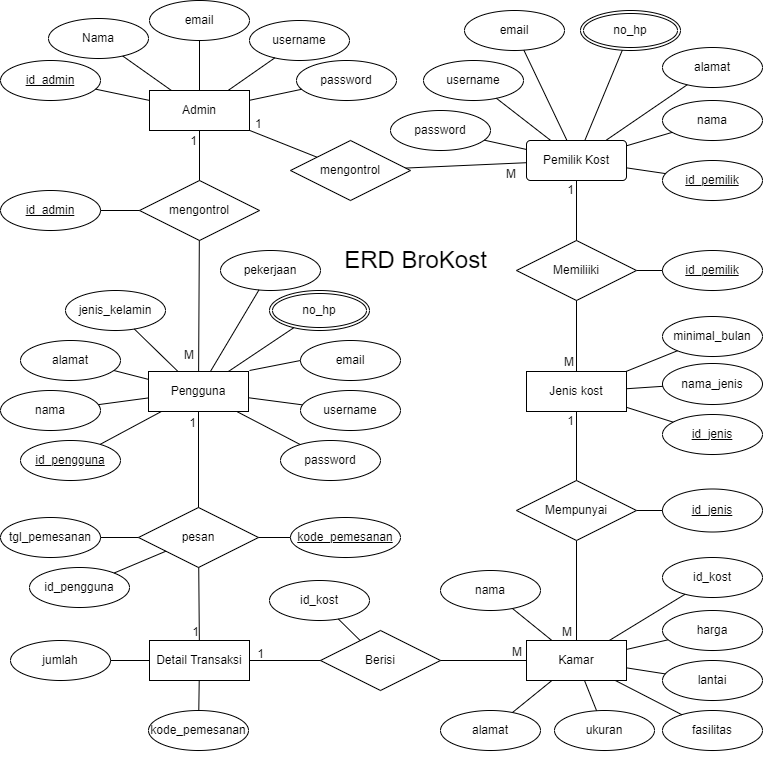
This is pengerjaan/desain/ERD fix.png from fajar1976/brokost, a draw.io export, as it was before one commit. Source tidied: cells renumbered, new cells last; positions are measured from the earlier drawing's top-left corner, leaving out a move shared by most shapes.
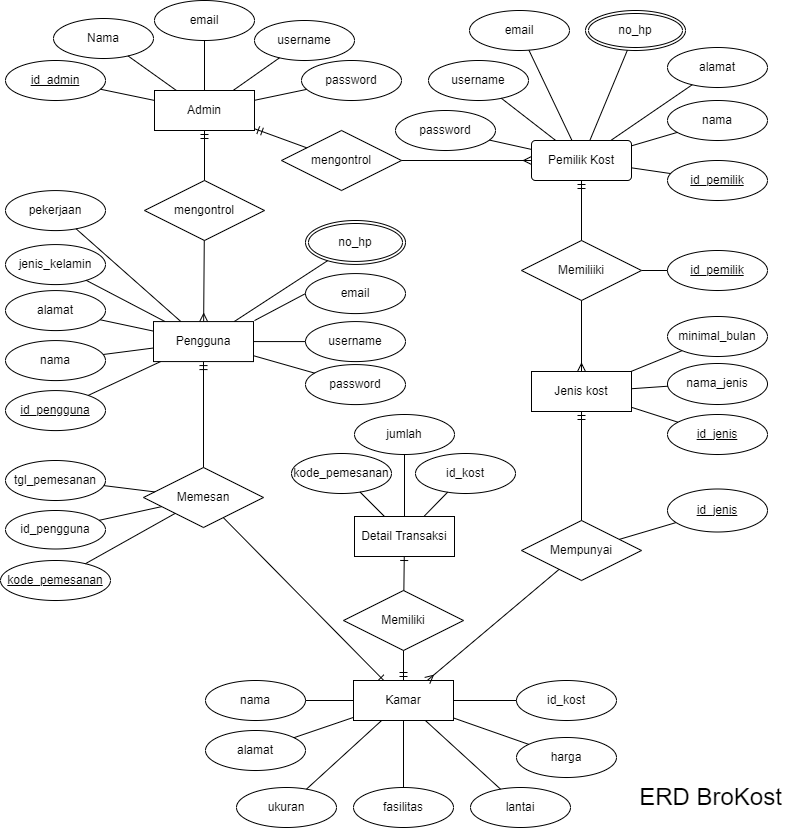
After the commit.

Change to the diagram source:
```diff
@@ -3,40 +3,40 @@
     <mxCell id="0" />
     <mxCell id="1" parent="0" />
     <mxCell id="2" value="Pengguna" style="whiteSpace=wrap;html=1;align=center;" parent="1" vertex="1">
-      <mxGeometry x="148" y="371" width="100" height="40" as="geometry" />
+      <mxGeometry x="148" y="321.1" width="100" height="40" as="geometry" />
     </mxCell>
     <mxCell id="3" value="&lt;u&gt;id_pengguna&lt;/u&gt;" style="ellipse;whiteSpace=wrap;html=1;align=center;" parent="1" vertex="1">
-      <mxGeometry x="20" y="440" width="100" height="40" as="geometry" />
+      <mxGeometry y="390.1" width="100" height="40" as="geometry" />
     </mxCell>
     <mxCell id="4" value="&lt;span&gt;nama&lt;/span&gt;" style="ellipse;whiteSpace=wrap;html=1;align=center;strokeColor=default;fontStyle=0;" parent="1" vertex="1">
-      <mxGeometry y="390" width="100" height="40" as="geometry" />
+      <mxGeometry y="340.1" width="100" height="40" as="geometry" />
     </mxCell>
     <mxCell id="5" value="&lt;span&gt;alamat&lt;/span&gt;" style="ellipse;whiteSpace=wrap;html=1;align=center;fontStyle=0;" parent="1" vertex="1">
-      <mxGeometry x="20" y="340" width="100" height="40" as="geometry" />
+      <mxGeometry y="290.1" width="100" height="40" as="geometry" />
     </mxCell>
     <mxCell id="6" value="&lt;span&gt;email&lt;/span&gt;" style="ellipse;whiteSpace=wrap;html=1;align=center;fontStyle=0;" parent="1" vertex="1">
-      <mxGeometry x="300" y="340" width="100" height="40" as="geometry" />
+      <mxGeometry x="300" y="273.1" width="100" height="40" as="geometry" />
     </mxCell>
     <mxCell id="7" value="no_hp" style="ellipse;shape=doubleEllipse;margin=3;whiteSpace=wrap;html=1;align=center;fontStyle=0;" parent="1" vertex="1">
-      <mxGeometry x="269" y="290" width="100" height="40" as="geometry" />
+      <mxGeometry x="300" y="220" width="100" height="43.9" as="geometry" />
     </mxCell>
     <mxCell id="8" value="&lt;span&gt;password&lt;/span&gt;" style="ellipse;whiteSpace=wrap;html=1;align=center;fontStyle=0;" parent="1" vertex="1">
-      <mxGeometry x="280" y="440" width="100" height="40" as="geometry" />
+      <mxGeometry x="300" y="364.1" width="100" height="40" as="geometry" />
     </mxCell>
     <mxCell id="9" value="&lt;span&gt;username&lt;/span&gt;" style="ellipse;whiteSpace=wrap;html=1;align=center;fontStyle=0;" parent="1" vertex="1">
-      <mxGeometry x="300" y="390" width="100" height="40" as="geometry" />
+      <mxGeometry x="300" y="321.1" width="100" height="40" as="geometry" />
     </mxCell>
     <mxCell id="10" value="&lt;span&gt;pekerjaan&lt;/span&gt;" style="ellipse;whiteSpace=wrap;html=1;align=center;fontStyle=0;" parent="1" vertex="1">
-      <mxGeometry x="220" y="250" width="100" height="40" as="geometry" />
+      <mxGeometry y="190.1" width="100" height="40" as="geometry" />
     </mxCell>
     <mxCell id="11" value="&lt;span&gt;jenis_kelamin&lt;/span&gt;" style="ellipse;whiteSpace=wrap;html=1;align=center;fontStyle=0;" parent="1" vertex="1">
-      <mxGeometry x="65" y="290" width="100" height="40" as="geometry" />
+      <mxGeometry y="244.1" width="100" height="40" as="geometry" />
     </mxCell>
-    <mxCell id="12" value="pesan" style="shape=rhombus;perimeter=rhombusPerimeter;whiteSpace=wrap;html=1;align=center;strokeColor=default;" parent="1" vertex="1">
-      <mxGeometry x="138" y="507" width="120" height="60" as="geometry" />
+    <mxCell id="12" value="Memesan" style="shape=rhombus;perimeter=rhombusPerimeter;whiteSpace=wrap;html=1;align=center;strokeColor=default;" parent="1" vertex="1">
+      <mxGeometry x="138" y="467" width="120" height="60" as="geometry" />
     </mxCell>
     <mxCell id="13" value="Kamar" style="whiteSpace=wrap;html=1;align=center;strokeColor=default;" parent="1" vertex="1">
-      <mxGeometry x="526" y="640" width="100" height="40" as="geometry" />
+      <mxGeometry x="348" y="680" width="100" height="40" as="geometry" />
     </mxCell>
     <mxCell id="14" value="Pemilik Kost" style="rounded=1;arcSize=10;whiteSpace=wrap;html=1;align=center;strokeColor=default;" parent="1" vertex="1">
       <mxGeometry x="526" y="140" width="100" height="40" as="geometry" />
@@ -45,19 +45,19 @@
       <mxGeometry x="662" y="488.5" width="100" height="43" as="geometry" />
     </mxCell>
     <mxCell id="16" value="fasilitas" style="ellipse;whiteSpace=wrap;html=1;align=center;strokeColor=default;" parent="1" vertex="1">
-      <mxGeometry x="662" y="710" width="100" height="40" as="geometry" />
+      <mxGeometry x="348" y="787" width="100" height="40" as="geometry" />
     </mxCell>
     <mxCell id="17" value="ukuran" style="ellipse;whiteSpace=wrap;html=1;align=center;strokeColor=default;" parent="1" vertex="1">
-      <mxGeometry x="554" y="710" width="100" height="40" as="geometry" />
+      <mxGeometry x="231" y="787" width="100" height="40" as="geometry" />
     </mxCell>
     <mxCell id="18" value="alamat" style="ellipse;whiteSpace=wrap;html=1;align=center;strokeColor=default;" parent="1" vertex="1">
-      <mxGeometry x="440" y="710" width="100" height="40" as="geometry" />
+      <mxGeometry x="200" y="730" width="100" height="40" as="geometry" />
     </mxCell>
     <mxCell id="19" value="kode_pemesanan" style="ellipse;whiteSpace=wrap;html=1;align=center;strokeColor=default;fontStyle=4;" parent="1" vertex="1">
-      <mxGeometry x="290" y="517" width="110" height="40" as="geometry" />
+      <mxGeometry x="-5" y="560" width="110" height="40" as="geometry" />
     </mxCell>
     <mxCell id="20" value="tgl_pemesanan" style="ellipse;whiteSpace=wrap;html=1;align=center;strokeColor=default;" parent="1" vertex="1">
-      <mxGeometry y="517" width="100" height="40" as="geometry" />
+      <mxGeometry y="460" width="100" height="40" as="geometry" />
     </mxCell>
     <mxCell id="21" style="endArrow=none;html=1;rounded=0;elbow=vertical;" parent="1" edge="1" source="3" target="2">
       <mxGeometry relative="1" as="geometry" />
@@ -79,7 +79,7 @@
     </mxCell>
     <mxCell id="27" style="endArrow=none;html=1;rounded=0;elbow=vertical;exitX=0;exitY=0.5;exitDx=0;exitDy=0;" parent="1" edge="1" source="6">
       <mxGeometry relative="1" as="geometry">
-        <mxPoint x="249" y="370" as="targetPoint" />
+        <mxPoint x="249" y="320.1" as="targetPoint" />
       </mxGeometry>
     </mxCell>
     <mxCell id="28" style="endArrow=none;html=1;rounded=0;elbow=vertical;" parent="1" edge="1" source="9" target="2">
@@ -107,13 +107,13 @@
       <mxGeometry relative="1" as="geometry" />
     </mxCell>
     <mxCell id="36" value="lantai" style="ellipse;whiteSpace=wrap;html=1;align=center;strokeColor=default;" parent="1" vertex="1">
-      <mxGeometry x="662" y="660" width="100" height="40" as="geometry" />
+      <mxGeometry x="465" y="787" width="100" height="40" as="geometry" />
     </mxCell>
     <mxCell id="37" style="endArrow=none;html=1;rounded=0;elbow=vertical;" parent="1" edge="1" source="36" target="13">
       <mxGeometry relative="1" as="geometry" />
     </mxCell>
     <mxCell id="38" value="harga" style="ellipse;whiteSpace=wrap;html=1;align=center;strokeColor=default;" parent="1" vertex="1">
-      <mxGeometry x="662" y="610" width="100" height="40" as="geometry" />
+      <mxGeometry x="511" y="737" width="100" height="40" as="geometry" />
     </mxCell>
     <mxCell id="39" style="endArrow=none;html=1;rounded=0;elbow=vertical;" parent="1" edge="1" source="38" target="13">
       <mxGeometry relative="1" as="geometry" />
@@ -167,7 +167,7 @@
       <mxGeometry relative="1" as="geometry" />
     </mxCell>
     <mxCell id="56" value="nama" style="ellipse;whiteSpace=wrap;html=1;align=center;strokeColor=default;" parent="1" vertex="1">
-      <mxGeometry x="440" y="570" width="100" height="40" as="geometry" />
+      <mxGeometry x="200" y="680" width="100" height="40" as="geometry" />
     </mxCell>
     <mxCell id="57" style="endArrow=none;html=1;rounded=0;elbow=vertical;" parent="1" edge="1" source="56" target="13">
       <mxGeometry relative="1" as="geometry" />
@@ -185,16 +185,16 @@
       <mxGeometry relative="1" as="geometry" />
     </mxCell>
     <mxCell id="62" value="id_pengguna" style="ellipse;whiteSpace=wrap;html=1;align=center;strokeColor=default;" parent="1" vertex="1">
-      <mxGeometry x="29" y="567" width="100" height="40" as="geometry" />
+      <mxGeometry y="510" width="100" height="38.5" as="geometry" />
     </mxCell>
     <mxCell id="63" value="kode_pemesanan" style="ellipse;whiteSpace=wrap;html=1;align=center;" parent="1" vertex="1">
-      <mxGeometry x="148" y="710" width="100" height="40" as="geometry" />
+      <mxGeometry x="286" y="453" width="100" height="40" as="geometry" />
     </mxCell>
     <mxCell id="64" value="id_kost" style="ellipse;whiteSpace=wrap;html=1;align=center;" parent="1" vertex="1">
-      <mxGeometry x="662" y="557" width="100" height="40" as="geometry" />
+      <mxGeometry x="511" y="680" width="100" height="40" as="geometry" />
     </mxCell>
     <mxCell id="65" value="jumlah" style="ellipse;whiteSpace=wrap;html=1;align=center;" parent="1" vertex="1">
-      <mxGeometry x="10" y="640" width="100" height="40" as="geometry" />
+      <mxGeometry x="349" y="414" width="100" height="40" as="geometry" />
     </mxCell>
     <mxCell id="66" style="endArrow=none;html=1;rounded=0;" parent="1" edge="1" source="65" target="93">
       <mxGeometry relative="1" as="geometry" />
@@ -205,9 +205,6 @@
     <mxCell id="68" style="endArrow=none;html=1;rounded=0;" parent="1" edge="1" source="13" target="64">
       <mxGeometry relative="1" as="geometry" />
     </mxCell>
-    <mxCell id="69" value="M" style="text;strokeColor=none;fillColor=none;spacingLeft=4;spacingRight=4;overflow=hidden;fontSize=12;" parent="1" vertex="1">
-      <mxGeometry x="178" y="341" width="40" height="30" as="geometry" />
-    </mxCell>
     <mxCell id="70" value="minimal_bulan" style="ellipse;whiteSpace=wrap;html=1;align=center;" parent="1" vertex="1">
       <mxGeometry x="662" y="316" width="100" height="40" as="geometry" />
     </mxCell>
@@ -250,31 +247,6 @@
     <mxCell id="83" value="mengontrol" style="shape=rhombus;perimeter=rhombusPerimeter;whiteSpace=wrap;html=1;align=center;" parent="1" vertex="1">
       <mxGeometry x="139" y="180" width="120" height="60" as="geometry" />
     </mxCell>
-    <mxCell id="84" style="endArrow=none;html=1;rounded=0;" parent="1" edge="1" source="83" target="2">
-      <mxGeometry relative="1" as="geometry" />
-    </mxCell>
-    <mxCell id="85" value="id_admin" style="ellipse;whiteSpace=wrap;html=1;align=center;fontStyle=4;" parent="1" vertex="1">
-      <mxGeometry y="190" width="100" height="40" as="geometry" />
-    </mxCell>
-    <mxCell id="86" style="endArrow=none;html=1;rounded=0;" parent="1" edge="1" source="85" target="83">
-      <mxGeometry relative="1" as="geometry" />
-    </mxCell>
-    <mxCell id="87" style="endArrow=none;html=1;rounded=0;" parent="1" edge="1" source="83" target="72">
-      <mxGeometry relative="1" as="geometry" />
-    </mxCell>
-    <mxCell id="88" value="1" style="html=1;align=right;verticalAlign=bottom;" parent="87" vertex="1">
-      <mxGeometry x="1" relative="1" as="geometry">
-        <mxPoint x="-2" y="19" as="offset" />
-      </mxGeometry>
-    </mxCell>
-    <mxCell id="89" style="endArrow=none;html=1;rounded=0;" parent="1" edge="1" source="12" target="2">
-      <mxGeometry relative="1" as="geometry" />
-    </mxCell>
-    <mxCell id="90" value="1" style="html=1;align=right;verticalAlign=bottom;" parent="89" vertex="1">
-      <mxGeometry x="1" relative="1" as="geometry">
-        <mxPoint x="-2" y="20" as="offset" />
-      </mxGeometry>
-    </mxCell>
     <mxCell id="91" style="endArrow=none;html=1;rounded=0;elbow=vertical;" parent="1" edge="1" source="62" target="12">
       <mxGeometry relative="1" as="geometry" />
     </mxCell>
@@ -282,100 +254,73 @@
       <mxGeometry x="526" y="371" width="100" height="40" as="geometry" />
     </mxCell>
     <mxCell id="93" value="Detail Transaksi" style="whiteSpace=wrap;html=1;align=center;" parent="1" vertex="1">
-      <mxGeometry x="149" y="640" width="100" height="40" as="geometry" />
+      <mxGeometry x="349" y="516" width="100" height="40" as="geometry" />
     </mxCell>
-    <mxCell id="94" style="endArrow=none;html=1;rounded=0;" parent="1" edge="1" source="12" target="93">
-      <mxGeometry relative="1" as="geometry" />
-    </mxCell>
-    <mxCell id="95" value="1" style="html=1;align=right;verticalAlign=bottom;" parent="94" vertex="1">
-      <mxGeometry x="1" relative="1" as="geometry" />
-    </mxCell>
     <mxCell id="96" style="edgeStyle=orthogonalEdgeStyle;rounded=0;orthogonalLoop=1;jettySize=auto;html=1;exitX=0.5;exitY=1;exitDx=0;exitDy=0;" parent="1" edge="1" source="18" target="18">
       <mxGeometry relative="1" as="geometry" />
     </mxCell>
-    <mxCell id="97" value="Berisi" style="shape=rhombus;perimeter=rhombusPerimeter;whiteSpace=wrap;html=1;align=center;" parent="1" vertex="1">
-      <mxGeometry x="320" y="630" width="120" height="60" as="geometry" />
-    </mxCell>
-    <mxCell id="98" style="endArrow=none;html=1;rounded=0;" parent="1" edge="1" source="97" target="93">
-      <mxGeometry relative="1" as="geometry" />
-    </mxCell>
-    <mxCell id="99" value="1" style="html=1;align=right;verticalAlign=bottom;" parent="98" vertex="1">
-      <mxGeometry x="1" relative="1" as="geometry">
-        <mxPoint x="15" y="2" as="offset" />
-      </mxGeometry>
-    </mxCell>
     <mxCell id="100" value="id_kost" style="ellipse;whiteSpace=wrap;html=1;align=center;" parent="1" vertex="1">
-      <mxGeometry x="269" y="580" width="100" height="40" as="geometry" />
+      <mxGeometry x="410" y="453" width="100" height="40" as="geometry" />
     </mxCell>
-    <mxCell id="101" style="endArrow=none;html=1;rounded=0;" parent="1" edge="1" source="97" target="100">
-      <mxGeometry relative="1" as="geometry" />
-    </mxCell>
-    <mxCell id="102" style="endArrow=none;html=1;rounded=0;" parent="1" edge="1" source="110" target="13">
-      <mxGeometry relative="1" as="geometry" />
-    </mxCell>
-    <mxCell id="103" value="M" style="html=1;align=right;verticalAlign=bottom;" parent="102" vertex="1">
-      <mxGeometry x="1" relative="1" as="geometry">
-        <mxPoint x="-4" as="offset" />
-      </mxGeometry>
-    </mxCell>
     <mxCell id="104" style="edgeStyle=orthogonalEdgeStyle;rounded=0;orthogonalLoop=1;jettySize=auto;html=1;exitX=0.5;exitY=1;exitDx=0;exitDy=0;" parent="1" edge="1" source="18" target="18">
       <mxGeometry relative="1" as="geometry" />
     </mxCell>
     <mxCell id="105" value="Memiliiki" style="shape=rhombus;perimeter=rhombusPerimeter;whiteSpace=wrap;html=1;align=center;" parent="1" vertex="1">
       <mxGeometry x="516" y="240" width="120" height="60" as="geometry" />
     </mxCell>
-    <mxCell id="106" style="endArrow=none;html=1;rounded=0;" parent="1" edge="1" source="105" target="14">
-      <mxGeometry relative="1" as="geometry" />
-    </mxCell>
-    <mxCell id="107" value="1" style="html=1;align=right;verticalAlign=bottom;" parent="106" vertex="1">
-      <mxGeometry x="1" relative="1" as="geometry">
-        <mxPoint x="-2" y="18" as="offset" />
-      </mxGeometry>
-    </mxCell>
-    <mxCell id="108" style="endArrow=none;html=1;rounded=0;" parent="1" edge="1" source="105" target="92">
-      <mxGeometry relative="1" as="geometry" />
-    </mxCell>
-    <mxCell id="109" value="M" style="html=1;align=right;verticalAlign=bottom;" parent="108" vertex="1">
-      <mxGeometry x="1" relative="1" as="geometry">
-        <mxPoint x="-2" y="-1" as="offset" />
-      </mxGeometry>
-    </mxCell>
     <mxCell id="110" value="Mempunyai" style="shape=rhombus;perimeter=rhombusPerimeter;whiteSpace=wrap;html=1;align=center;" parent="1" vertex="1">
-      <mxGeometry x="516" y="480" width="120" height="60" as="geometry" />
+      <mxGeometry x="516" y="520" width="120" height="60" as="geometry" />
     </mxCell>
-    <mxCell id="111" style="endArrow=none;html=1;rounded=0;" parent="1" edge="1" source="110" target="92">
-      <mxGeometry relative="1" as="geometry" />
-    </mxCell>
-    <mxCell id="112" value="1" style="html=1;align=right;verticalAlign=bottom;" parent="111" vertex="1">
-      <mxGeometry x="1" relative="1" as="geometry">
-        <mxPoint x="-2" y="18" as="offset" />
-      </mxGeometry>
-    </mxCell>
-    <mxCell id="113" style="endArrow=none;html=1;rounded=0;" parent="1" edge="1" source="97" target="13">
-      <mxGeometry relative="1" as="geometry" />
-    </mxCell>
-    <mxCell id="114" value="M" style="html=1;align=right;verticalAlign=bottom;" parent="113" vertex="1">
-      <mxGeometry x="1" relative="1" as="geometry">
-        <mxPoint x="-4" as="offset" />
-      </mxGeometry>
-    </mxCell>
     <mxCell id="115" value="&lt;font style=&quot;font-size: 24px;&quot;&gt;ERD BroKost&lt;/font&gt;" style="text;html=1;align=center;verticalAlign=middle;strokeColor=none;fillColor=none;" parent="1" vertex="1">
-      <mxGeometry x="330" y="240" width="170" height="40" as="geometry" />
+      <mxGeometry x="620" y="777" width="170" height="40" as="geometry" />
     </mxCell>
     <mxCell id="116" value="mengontrol" style="shape=rhombus;perimeter=rhombusPerimeter;whiteSpace=wrap;html=1;align=center;" parent="1" vertex="1">
-      <mxGeometry x="290" y="140" width="120" height="60" as="geometry" />
+      <mxGeometry x="276" y="130" width="120" height="60" as="geometry" />
     </mxCell>
-    <mxCell id="117" style="endArrow=none;html=1;rounded=0;" parent="1" edge="1" source="72" target="116">
-      <mxGeometry relative="1" as="geometry" />
-    </mxCell>
+    <mxCell id="121" style="edgeStyle=orthogonalEdgeStyle;rounded=0;orthogonalLoop=1;jettySize=auto;html=1;exitX=0.5;exitY=1;exitDx=0;exitDy=0;" parent="1" edge="1" source="62" target="62">
+      <mxGeometry relative="1" as="geometry" />
+    </mxCell>
+    <mxCell id="87" style="fontSize=12;html=1;endArrow=ERmandOne;rounded=0;" parent="1" edge="1" source="83" target="72">
+      <mxGeometry relative="1" as="geometry" />
+    </mxCell>
+    <mxCell id="84" style="fontSize=12;html=1;endArrow=ERmany;rounded=0;" parent="1" edge="1" source="83" target="2">
+      <mxGeometry relative="1" as="geometry" />
+    </mxCell>
+    <mxCell id="122" style="fontSize=12;html=1;endArrow=ERmandOne;rounded=0;" parent="1" edge="1" source="116" target="72">
+      <mxGeometry relative="1" as="geometry" />
+    </mxCell>
-    <mxCell id="118" style="endArrow=none;html=1;rounded=0;" parent="1" edge="1" source="116" target="14">
+    <mxCell id="118" style="fontSize=12;html=1;endArrow=ERmany;rounded=0;" parent="1" edge="1" source="116" target="14">
       <mxGeometry relative="1" as="geometry" />
     </mxCell>
-    <mxCell id="119" value="1" style="text;strokeColor=none;fillColor=none;spacingLeft=4;spacingRight=4;overflow=hidden;fontSize=12;" parent="1" vertex="1">
-      <mxGeometry x="249" y="110" width="40" height="30" as="geometry" />
-    </mxCell>
-    <mxCell id="120" value="M" style="text;strokeColor=none;fillColor=none;spacingLeft=4;spacingRight=4;overflow=hidden;fontSize=12;" parent="1" vertex="1">
-      <mxGeometry x="500" y="160" width="40" height="30" as="geometry" />
-    </mxCell>
+    <mxCell id="106" style="fontSize=12;html=1;endArrow=ERmandOne;rounded=0;entryX=0.5;entryY=1;entryDx=0;entryDy=0;" parent="1" edge="1" source="105" target="14">
+      <mxGeometry relative="1" as="geometry" />
+    </mxCell>
+    <mxCell id="108" style="fontSize=12;html=1;endArrow=ERmany;rounded=0;" parent="1" edge="1" source="105" target="92">
+      <mxGeometry relative="1" as="geometry" />
+    </mxCell>
+    <mxCell id="111" style="fontSize=12;html=1;endArrow=ERmandOne;rounded=0;" parent="1" edge="1" source="110" target="92">
+      <mxGeometry relative="1" as="geometry" />
+    </mxCell>
+    <mxCell id="102" style="fontSize=12;html=1;endArrow=ERmany;rounded=0;" parent="1" edge="1" source="110" target="13">
+      <mxGeometry relative="1" as="geometry" />
+    </mxCell>
+    <mxCell id="123" style="endArrow=none;html=1;rounded=0;" parent="1" edge="1" source="100" target="93">
+      <mxGeometry relative="1" as="geometry" />
+    </mxCell>
+    <mxCell id="89" style="fontSize=12;html=1;endArrow=ERmandOne;rounded=0;" parent="1" edge="1" source="12" target="2">
+      <mxGeometry relative="1" as="geometry" />
+    </mxCell>
+    <mxCell id="124" value="Memiliki" style="shape=rhombus;perimeter=rhombusPerimeter;whiteSpace=wrap;html=1;align=center;" parent="1" vertex="1">
+      <mxGeometry x="338" y="590" width="120" height="60" as="geometry" />
+    </mxCell>
+    <mxCell id="125" style="fontSize=12;html=1;endArrow=ERone;endFill=1;rounded=0;" parent="1" edge="1" source="124" target="93">
+      <mxGeometry relative="1" as="geometry" />
+    </mxCell>
+    <mxCell id="126" style="fontSize=12;html=1;endArrow=ERmandOne;rounded=0;" parent="1" edge="1" source="124" target="13">
+      <mxGeometry relative="1" as="geometry" />
+    </mxCell>
+    <mxCell id="127" style="fontSize=12;html=1;endArrow=ERone;endFill=1;rounded=0;" parent="1" edge="1" source="12" target="13">
+      <mxGeometry relative="1" as="geometry" />
+    </mxCell>
   </root>
 </mxGraphModel>
```
